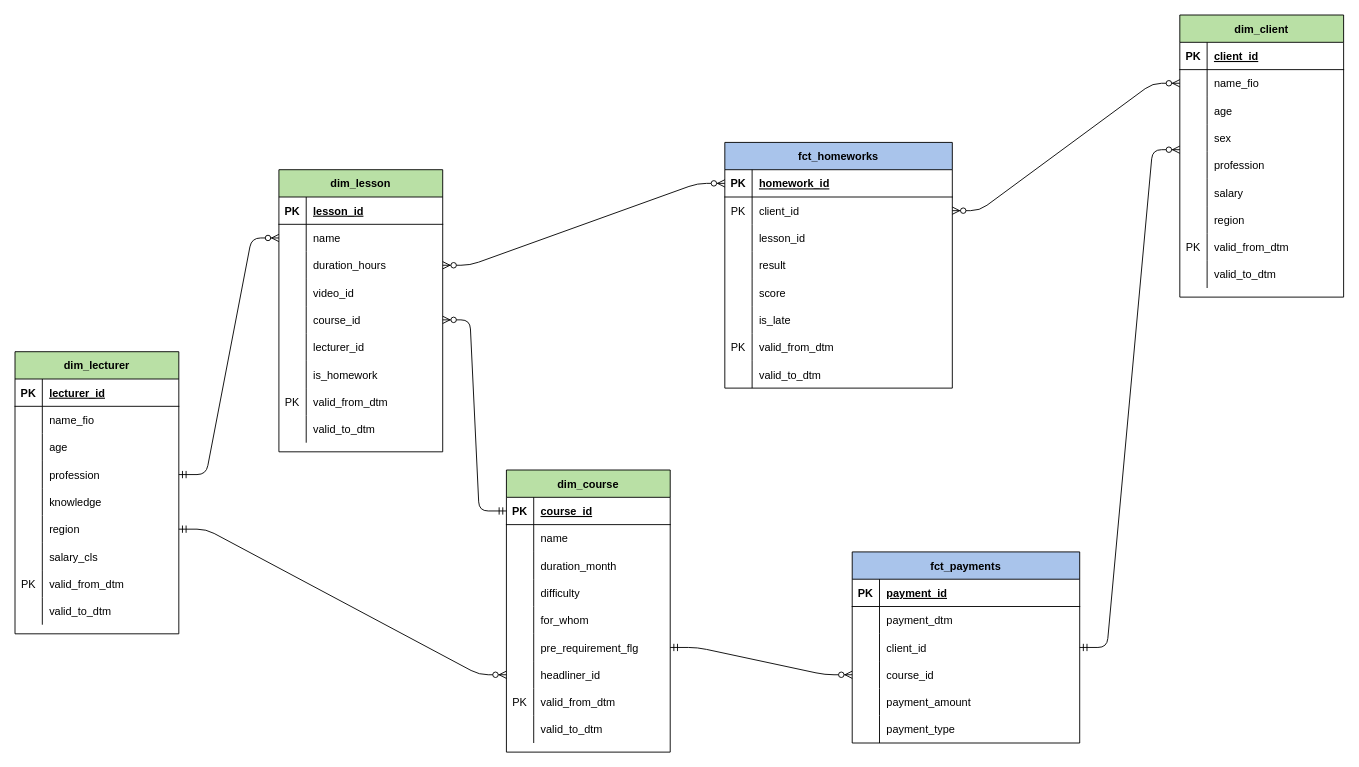
This is ER model.drawio from kouki11/Portfolio, a draw.io file, before an edit. Source tidied: cells renumbered, new cells numbered last; positions are measured from the earlier drawing's top-left corner, leaving out a move shared by most shapes. Both pictures are drawn from the tidied source at 91%, with x=0, y=0 at pixel (15, 15).
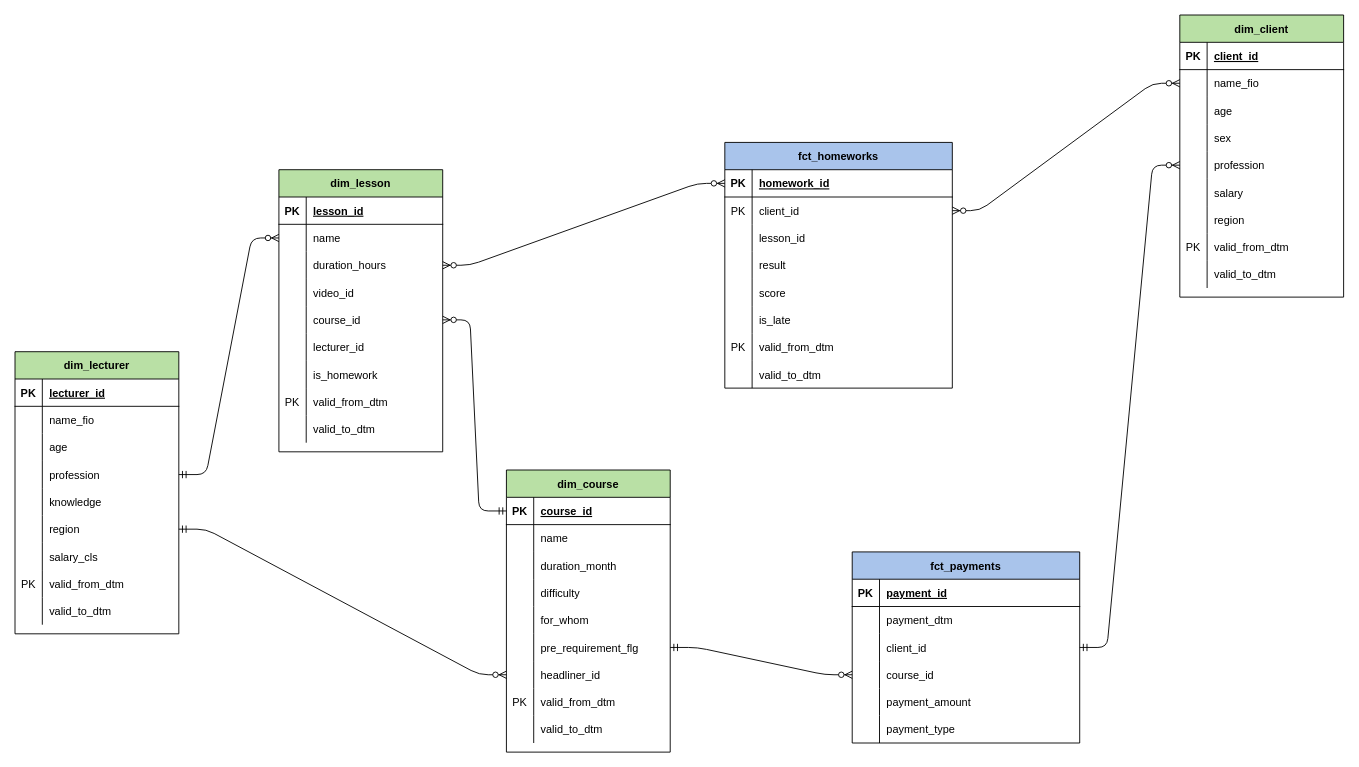
Above is the later version.

The change refers to these unchanged cells:
```xml
<mxCell id="9" style="shape=partialRectangle;fillColor=none;points=[[0,0.5],[1,0.5]];portConstraint=eastwest;top=0;left=0;right=0;bottom=0;" parent="2" vertex="1">
  <mxGeometry y="90" width="250" height="30" as="geometry" />
</mxCell>
<mxCell id="34" style="shape=partialRectangle;fillColor=none;top=0;left=0;bottom=0;right=0;points=[[0,0.5],[1,0.5]];portConstraint=eastwest;" parent="21" vertex="1">
  <mxGeometry y="150" width="180" height="30" as="geometry" />
</mxCell>
```

Diff of the diagram source:
```diff
@@
-    <mxCell id="49" style="edgeStyle=entityRelationEdgeStyle;fontSize=12;html=1;endArrow=ERzeroToMany;startArrow=ERmandOne;exitX=1;exitY=0.5;exitDx=0;exitDy=0;" parent="1" edge="1" source="9">
-      <mxGeometry relative="1" as="geometry">
-        <mxPoint x="1280" y="148" as="targetPoint" />
-      </mxGeometry>
+    <mxCell id="49" style="edgeStyle=entityRelationEdgeStyle;fontSize=12;html=1;endArrow=ERzeroToMany;startArrow=ERmandOne;exitX=1;exitY=0.5;exitDx=0;exitDy=0;entryX=0;entryY=0.5;entryDx=0;entryDy=0;" parent="1" edge="1" source="9" target="34">
+      <mxGeometry relative="1" as="geometry" />
     </mxCell>
```
